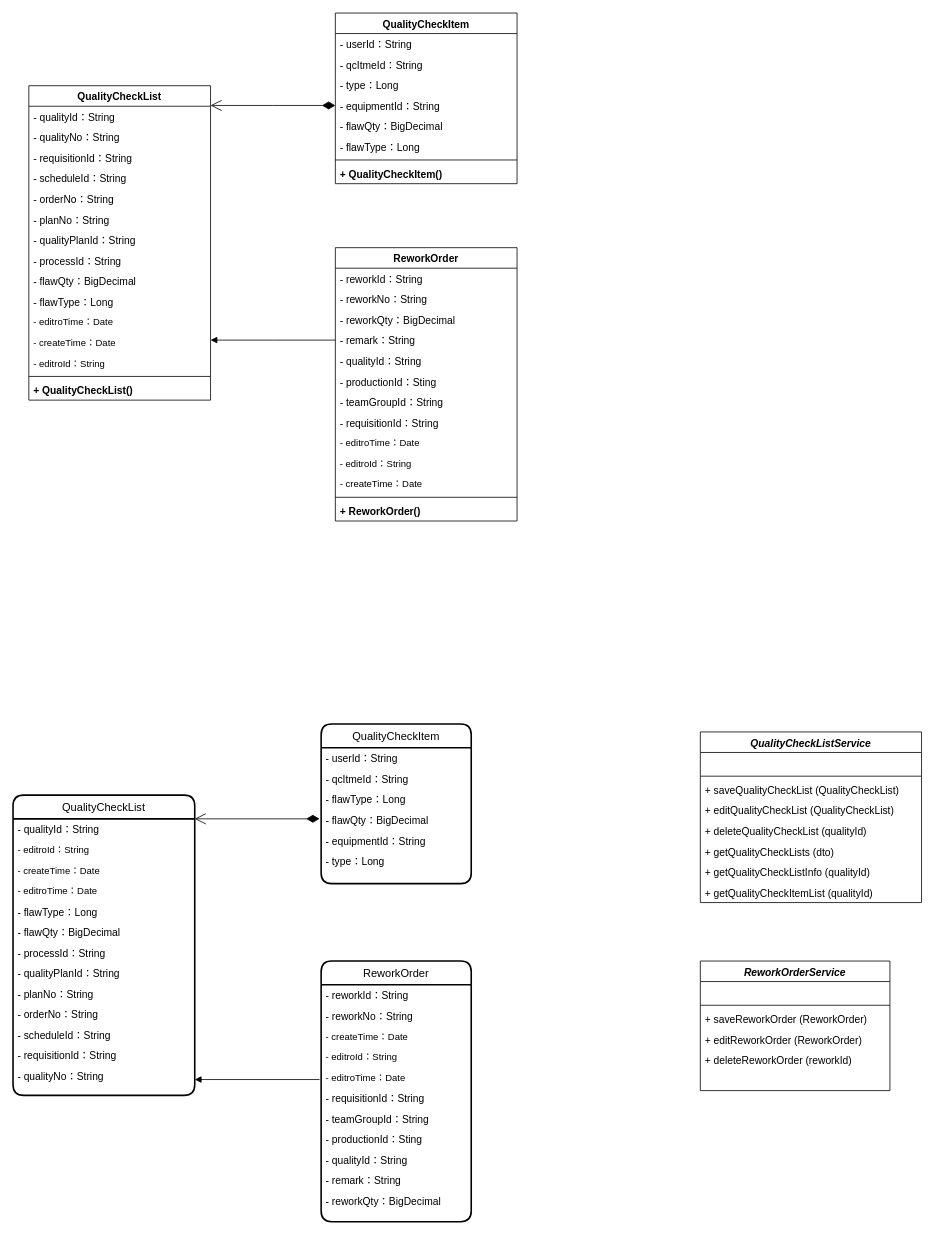
KNAI-I/test keeps this draw.io diagram as page "质检单" (2 of 4) of 类图.drawio. Above is the earlier version. Source tidied: cells renumbered, new cells numbered last; positions are measured from the earlier drawing's top-left corner, leaving out a move shared by most shapes. Both pictures are drawn from the tidied source at 79%, with x=0, y=0 at pixel (13, 13).
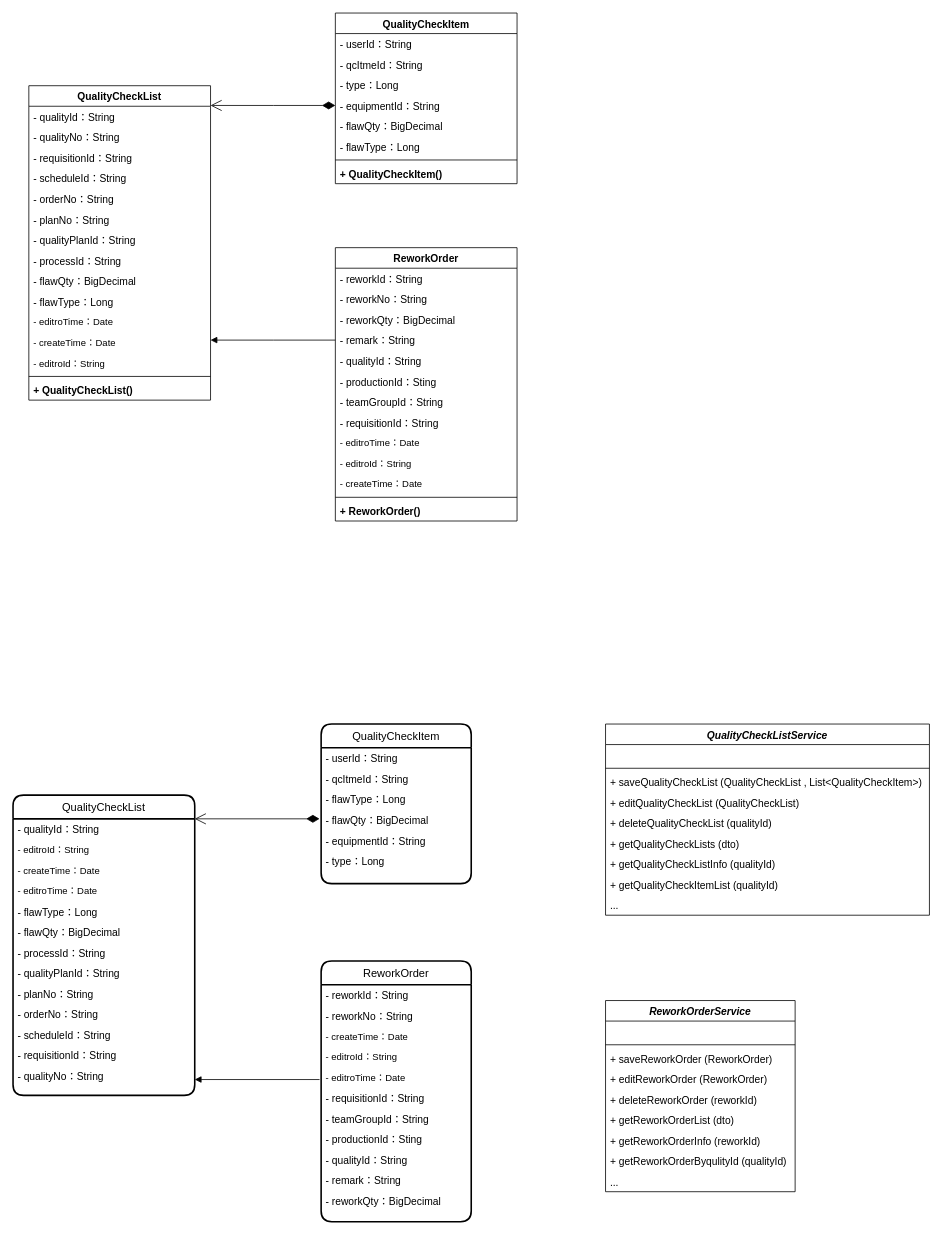
Above is the later version.

The edit, as a diff of the source:
```diff
@@
     <mxCell id="43" value="QualityCheckListService" style="swimlane;fontStyle=3;align=center;verticalAlign=top;horizontal=1;startSize=26;fontSize=13;" parent="1" vertex="1">
-      <mxGeometry x="870" y="910" width="280" height="216" as="geometry" />
+      <mxGeometry x="750" y="900" width="410" height="242" as="geometry" />
     </mxCell>
     <mxCell id="44" value=" " style="text;strokeColor=none;fillColor=none;align=left;verticalAlign=top;spacingLeft=4;spacingRight=4;overflow=hidden;fontSize=13;" parent="43" vertex="1">
-      <mxGeometry y="26" width="280" height="26" as="geometry" />
+      <mxGeometry y="26" width="410" height="26" as="geometry" />
     </mxCell>
     <mxCell id="45" style="line;strokeWidth=1;fillColor=none;align=left;verticalAlign=middle;spacingTop=-1;spacingLeft=3;spacingRight=3;labelPosition=right;fontSize=13;" parent="43" vertex="1">
-      <mxGeometry y="52" width="280" height="8" as="geometry" />
+      <mxGeometry y="52" width="410" height="8" as="geometry" />
     </mxCell>
-    <mxCell id="46" value="+ saveQualityCheckList (QualityCheckList)" style="text;strokeColor=none;fillColor=none;align=left;verticalAlign=top;spacingLeft=4;spacingRight=4;overflow=hidden;fontSize=13;" parent="43" vertex="1">
-      <mxGeometry y="60" width="280" height="26" as="geometry" />
+    <mxCell id="46" value="+ saveQualityCheckList (QualityCheckList , List&lt;QualityCheckItem&gt;)" style="text;strokeColor=none;fillColor=none;align=left;verticalAlign=top;spacingLeft=4;spacingRight=4;overflow=hidden;fontSize=13;" parent="43" vertex="1">
+      <mxGeometry y="60" width="410" height="26" as="geometry" />
     </mxCell>
     <mxCell id="47" value="+ editQualityCheckList (QualityCheckList)" style="text;strokeColor=none;fillColor=none;align=left;verticalAlign=top;spacingLeft=4;spacingRight=4;overflow=hidden;fontSize=13;" parent="43" vertex="1">
-      <mxGeometry y="86" width="280" height="26" as="geometry" />
+      <mxGeometry y="86" width="410" height="26" as="geometry" />
     </mxCell>
     <mxCell id="48" value="+ deleteQualityCheckList (qualityId)" style="text;strokeColor=none;fillColor=none;align=left;verticalAlign=top;spacingLeft=4;spacingRight=4;overflow=hidden;fontSize=13;" parent="43" vertex="1">
-      <mxGeometry y="112" width="280" height="26" as="geometry" />
+      <mxGeometry y="112" width="410" height="26" as="geometry" />
     </mxCell>
     <mxCell id="49" value="+ getQualityCheckLists (dto)" style="text;strokeColor=none;fillColor=none;align=left;verticalAlign=top;spacingLeft=4;spacingRight=4;overflow=hidden;fontSize=13;" parent="43" vertex="1">
-      <mxGeometry y="138" width="280" height="26" as="geometry" />
+      <mxGeometry y="138" width="410" height="26" as="geometry" />
     </mxCell>
     <mxCell id="50" value="+ getQualityCheckListInfo (qualityId)" style="text;strokeColor=none;fillColor=none;align=left;verticalAlign=top;spacingLeft=4;spacingRight=4;overflow=hidden;fontSize=13;" parent="43" vertex="1">
-      <mxGeometry y="164" width="280" height="26" as="geometry" />
+      <mxGeometry y="164" width="410" height="26" as="geometry" />
     </mxCell>
     <mxCell id="51" value="+ getQualityCheckItemList (qualityId)" style="text;strokeColor=none;fillColor=none;align=left;verticalAlign=top;spacingLeft=4;spacingRight=4;overflow=hidden;fontSize=13;" parent="43" vertex="1">
-      <mxGeometry y="190" width="280" height="26" as="geometry" />
+      <mxGeometry y="190" width="410" height="26" as="geometry" />
     </mxCell>
+    <mxCell id="94" value="..." style="text;strokeColor=none;fillColor=none;align=left;verticalAlign=top;spacingLeft=4;spacingRight=4;overflow=hidden;fontSize=13;" parent="43" vertex="1">
+      <mxGeometry y="216" width="410" height="26" as="geometry" />
+    </mxCell>
     <mxCell id="52" value="ReworkOrderService" style="swimlane;fontStyle=3;align=center;verticalAlign=top;horizontal=1;startSize=26;fontSize=13;" parent="1" vertex="1">
-      <mxGeometry x="870" y="1200" width="240" height="164" as="geometry" />
+      <mxGeometry x="750" y="1250" width="240" height="242" as="geometry" />
     </mxCell>
@@
-    <mxCell id="58" style="text;strokeColor=none;fillColor=none;align=left;verticalAlign=top;spacingLeft=4;spacingRight=4;overflow=hidden;fontSize=13;" parent="52" vertex="1">
+    <mxCell id="58" value="+ getReworkOrderList (dto)" style="text;strokeColor=none;fillColor=none;align=left;verticalAlign=top;spacingLeft=4;spacingRight=4;overflow=hidden;fontSize=13;" parent="52" vertex="1">
       <mxGeometry y="138" width="240" height="26" as="geometry" />
     </mxCell>
+    <mxCell id="95" value="+ getReworkOrderInfo (reworkId)" style="text;strokeColor=none;fillColor=none;align=left;verticalAlign=top;spacingLeft=4;spacingRight=4;overflow=hidden;fontSize=13;" parent="52" vertex="1">
+      <mxGeometry y="164" width="240" height="26" as="geometry" />
+    </mxCell>
+    <mxCell id="96" value="+ getReworkOrderByqulityId (qualityId)" style="text;strokeColor=none;fillColor=none;align=left;verticalAlign=top;spacingLeft=4;spacingRight=4;overflow=hidden;fontSize=13;" parent="52" vertex="1">
+      <mxGeometry y="190" width="240" height="26" as="geometry" />
+    </mxCell>
+    <mxCell id="97" value="..." style="text;strokeColor=none;fillColor=none;align=left;verticalAlign=top;spacingLeft=4;spacingRight=4;overflow=hidden;fontSize=13;" parent="52" vertex="1">
+      <mxGeometry y="216" width="240" height="26" as="geometry" />
+    </mxCell>
```
